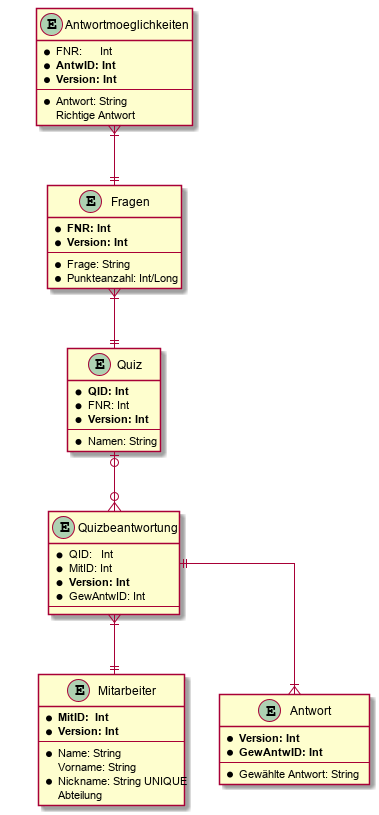
Before: documentation/diagrams/diagram-classes.png, a diagram exported from PlantUML (game-admin/game).
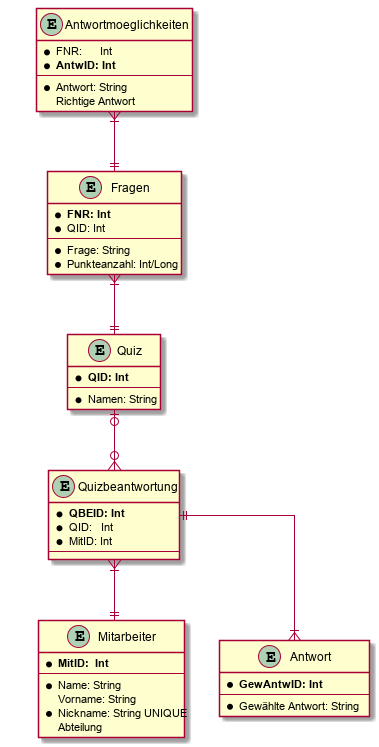
The same file after the commit.

The edit, as a diff of the source:
```diff
@@ -6,23 +6,19 @@
 
     entity Quiz {
         * **QID: Int**
-        * FNR: Int
-        * **Version: Int**
         --
         * Namen: String
     }
 
     entity Quizbeantwortung {
+        * **QBEID: Int**
         * QID:   Int
         * MitID: Int
-        * **Version: Int**
-        * GewAntwID: Int
         --
     }
 
     entity Mitarbeiter {
         * **MitID:  Int**
-        * **Version: Int**
         --
         * Name: String
         Vorname: String
@@ -34,7 +30,7 @@
 
 entity Fragen {
     * **FNR: Int**
-    * **Version: Int**
+    * QID: Int
     --
     * Frage: String
     * Punkteanzahl: Int/Long
@@ -43,14 +39,12 @@
 entity Antwortmoeglichkeiten {
     * FNR:      Int
     * **AntwID: Int**
-    * **Version: Int**
     --
     * Antwort: String
     Richtige Antwort
 }
 
 entity Antwort {
-    * **Version: Int**
     * **GewAntwID: Int**
     --
     * Gewählte Antwort: String
```
